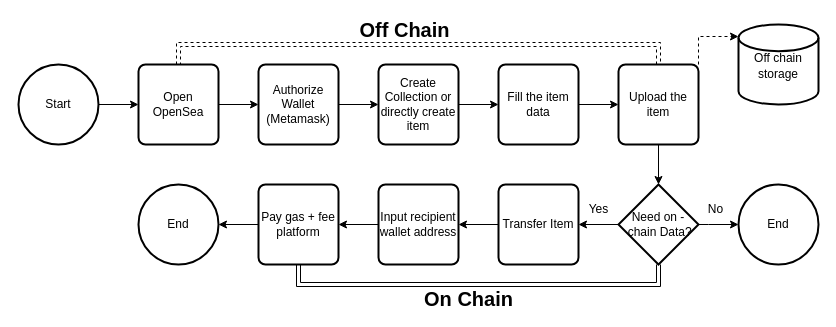
The draw.io diagram Flowchart Free Mint.drawio in hanggaa/Diagram, before the edit. Source tidied: cells renumbered, new cells numbered last; positions are measured from the earlier drawing's top-left corner, leaving out a move shared by most shapes. Both pictures are drawn from the tidied source at 100%, with x=0, y=0 at pixel (18, 24).
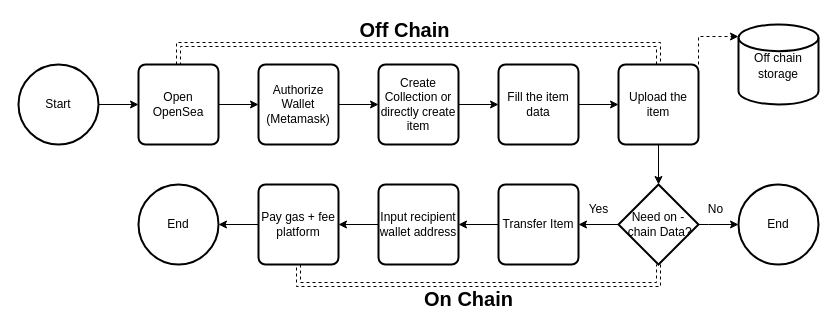
Above is the later version.

Unchanged cells that the change refers to:
```xml
<mxCell id="21" value="&lt;p style=&quot;line-height: 120%;&quot;&gt;&lt;font style=&quot;font-size: 12px;&quot;&gt;Need&amp;nbsp;&lt;/font&gt;&lt;font style=&quot;background-color: initial; font-size: 12px;&quot;&gt;on -&amp;nbsp;&lt;/font&gt;&lt;span style=&quot;background-color: initial;&quot;&gt;chain Data?&lt;/span&gt;&lt;/p&gt;" style="strokeWidth=2;html=1;shape=mxgraph.flowchart.decision;whiteSpace=wrap;fontSize=12;" parent="1" vertex="1">
  <mxGeometry x="600" y="160" width="80" height="80" as="geometry" />
</mxCell>
<mxCell id="30" value="Pay gas + fee platform" style="rounded=1;whiteSpace=wrap;html=1;absoluteArcSize=1;arcSize=14;strokeWidth=2;" parent="1" vertex="1">
  <mxGeometry x="240" y="160" width="80" height="80" as="geometry" />
</mxCell>
```

Change to the diagram source:
```diff
@@
-    <mxCell id="20" style="edgeStyle=orthogonalEdgeStyle;rounded=0;jettySize=auto;html=1;exitX=0.5;exitY=1;exitDx=0;exitDy=0;exitPerimeter=0;entryX=0.5;entryY=1;entryDx=0;entryDy=0;fontSize=12;shape=link;" parent="1" edge="1" source="21" target="30">
+    <mxCell id="20" style="edgeStyle=orthogonalEdgeStyle;rounded=0;jettySize=auto;html=1;exitX=0.5;exitY=1;exitDx=0;exitDy=0;exitPerimeter=0;entryX=0.5;entryY=1;entryDx=0;entryDy=0;fontSize=12;shape=link;dashed=1;" parent="1" edge="1" source="21" target="30">
       <mxGeometry relative="1" as="geometry" />
     </mxCell>
```
